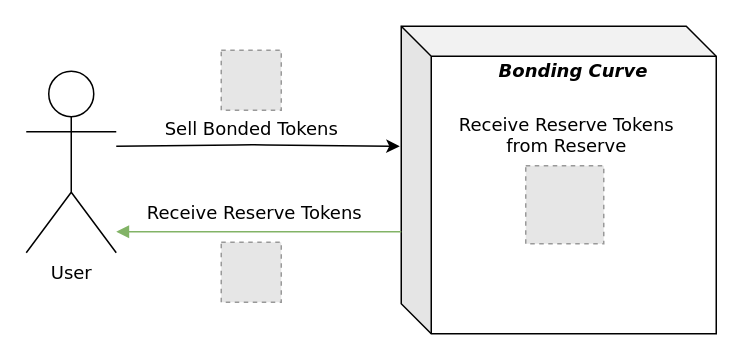
Above: page "Sell Flow" (2 of 4) of diagrams/src/bonding_curve_distributions.drawio in dOrgTech/OpenRaise (draw.io), before the change. Source tidied: cells renumbered, new cells numbered last; positions are measured from the earlier drawing's top-left corner, leaving out a move shared by most shapes. Both pictures are drawn from the tidied source at 150%, with x=0, y=0 at pixel (26, 26). Pictures stored in the file or linked from it are replaced by grey dashed boxes.
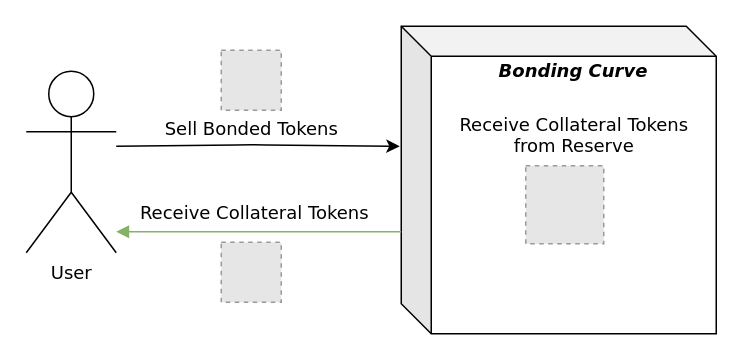
The same diagram, later.

Commit message (it also covers changes not shown here):
reserve -> collateral in diagrams

Change to the diagram source:
```diff
@@
 <mxGraphModel>
   <root>
     <mxCell id="0" />
     <mxCell id="1" parent="0" />
     <mxCell id="2" value="User&lt;br&gt;" style="shape=umlActor;verticalLabelPosition=bottom;labelBackgroundColor=#ffffff;verticalAlign=top;html=1;fontFamily=Verdana;" parent="1" vertex="1">
       <mxGeometry y="30" width="60" height="121" as="geometry" />
     </mxCell>
     <mxCell id="3" value="&lt;div style=&quot;text-align: left&quot;&gt;&lt;br&gt;&lt;/div&gt;" style="shape=cube;whiteSpace=wrap;html=1;boundedLbl=1;backgroundOutline=1;darkOpacity=0.05;darkOpacity2=0.1;fontFamily=Verdana;" parent="1" vertex="1">
       <mxGeometry x="250" width="210" height="205" as="geometry" />
     </mxCell>
     <mxCell id="4" value="Bonding Curve" style="text;html=1;strokeColor=none;fillColor=none;align=center;verticalAlign=middle;whiteSpace=wrap;rounded=0;fontStyle=3;fontFamily=Verdana;" parent="1" vertex="1">
       <mxGeometry x="270" y="20" width="190" height="20" as="geometry" />
     </mxCell>
     <mxCell id="5" style="edgeStyle=none;rounded=0;orthogonalLoop=1;jettySize=auto;html=1;startArrow=none;startFill=0;endArrow=block;endFill=1;strokeColor=#82b366;fillColor=#d5e8d4;fontFamily=Verdana;exitX=0;exitY=0;exitDx=0;exitDy=185;exitPerimeter=0;entryX=0.5;entryY=0;entryDx=0;entryDy=0;entryPerimeter=0;" parent="1" edge="1">
       <mxGeometry relative="1" as="geometry">
         <mxPoint x="250" y="137" as="sourcePoint" />
         <mxPoint x="60" y="137" as="targetPoint" />
       </mxGeometry>
     </mxCell>
-    <mxCell id="6" value="Receive Reserve Tokens" style="text;html=1;align=center;verticalAlign=middle;labelBackgroundColor=#ffffff;fontFamily=Verdana;" parent="5" vertex="1">
+    <mxCell id="6" value="Receive Collateral Tokens" style="text;html=1;align=center;verticalAlign=middle;labelBackgroundColor=#ffffff;fontFamily=Verdana;" parent="5" vertex="1">
       <mxGeometry x="-0.04" y="1" relative="1" as="geometry">
         <mxPoint x="-7.5" y="-14" as="offset" />
       </mxGeometry>
     </mxCell>
     <mxCell id="7" value="Sell Bonded Tokens" style="endArrow=classic;html=1;entryX=-0.005;entryY=0.127;entryDx=0;entryDy=0;fontSize=12;fontFamily=Verdana;entryPerimeter=0;" parent="1" edge="1">
       <mxGeometry x="-0.05" y="10" relative="1" as="geometry">
         <mxPoint x="60" y="80" as="sourcePoint" />
         <mxPoint x="249" y="80" as="targetPoint" />
         <Array as="points">
           <mxPoint x="150" y="79" />
         </Array>
       </mxGeometry>
     </mxCell>
-    <mxCell id="8" value="Receive Reserve Tokens&lt;br&gt;from Reserve" style="text;html=1;align=center;verticalAlign=top;spacingTop=-4;fontFamily=Verdana;" parent="1" vertex="1">
-      <mxGeometry x="279.9" y="55.5" width="160" height="30" as="geometry" />
+    <mxCell id="8" value="Receive Collateral Tokens&lt;br&gt;from Reserve" style="text;html=1;align=center;verticalAlign=top;spacingTop=-4;fontFamily=Verdana;" parent="1" vertex="1">
+      <mxGeometry x="279.9" y="55.5" width="170" height="30" as="geometry" />
     </mxCell>
     <mxCell id="9" style="fillColor=#E6E6E6;strokeColor=#999999;dashed=1;verticalLabelPosition=bottom;labelBackgroundColor=#ffffff;verticalAlign=top;fontFamily=Verdana;" parent="1" vertex="1">
       <mxGeometry x="130" y="144" width="40" height="40" as="geometry" />
     </mxCell>
     <mxCell id="10" style="fillColor=#E6E6E6;strokeColor=#999999;dashed=1;verticalLabelPosition=bottom;labelBackgroundColor=#ffffff;verticalAlign=top;fontFamily=Verdana;" parent="1" vertex="1">
       <mxGeometry x="130" y="16" width="40" height="40" as="geometry" />
     </mxCell>
     <mxCell id="11" style="fillColor=#E6E6E6;strokeColor=#999999;dashed=1;verticalLabelPosition=bottom;labelBackgroundColor=#ffffff;verticalAlign=top;fontFamily=Verdana;" parent="1" vertex="1">
       <mxGeometry x="333" y="93" width="52" height="52" as="geometry" />
     </mxCell>
   </root>
 </mxGraphModel>
```
